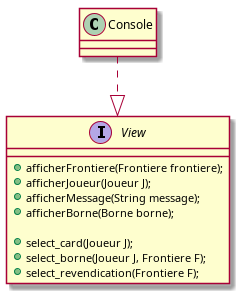
The PlantUML diagram src/diagrams/view.png in Pagatok/pg220, before a commit.
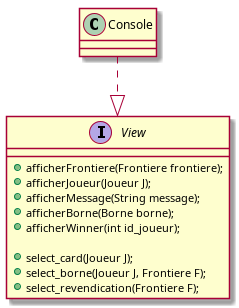
The same diagram one commit later.

What changed in the source:
```diff
@@ -5,6 +5,7 @@
     + afficherJoueur(Joueur J);
     + afficherMessage(String message);
     + afficherBorne(Borne borne);
+    + afficherWinner(int id_joueur);
 
     + select_card(Joueur J);
     + select_borne(Joueur J, Frontiere F);
```
